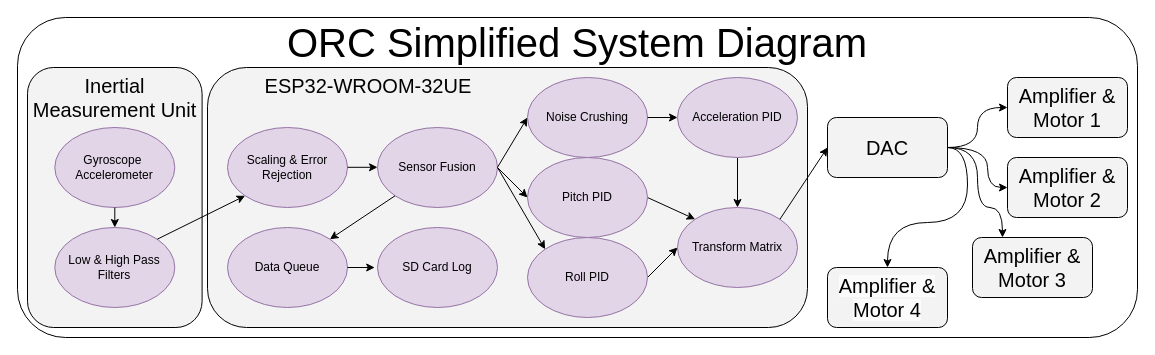
This is ORC Diagram.drawio from CJJeepster/ORC, a draw.io file, before an edit. Source tidied: cells renumbered, new cells numbered last; positions are measured from the earlier drawing's top-left corner, leaving out a move shared by most shapes. Both pictures are drawn from the tidied source at 100%, with x=0, y=0 at pixel (17, 17).
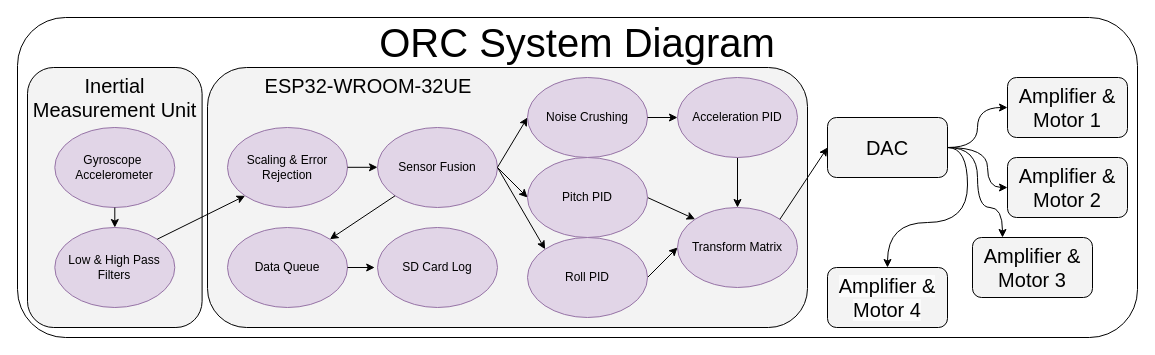
After the change.

Change to the diagram source:
```diff
@@
-    <mxCell id="34" value="&lt;font style=&quot;font-size: 40px;&quot;&gt;ORC Simplified System Diagram&lt;/font&gt;" style="text;html=1;align=center;verticalAlign=middle;whiteSpace=wrap;rounded=0;" parent="1" vertex="1">
+    <mxCell id="34" value="&lt;font style=&quot;font-size: 40px;&quot;&gt;ORC System Diagram&lt;/font&gt;" style="text;html=1;align=center;verticalAlign=middle;whiteSpace=wrap;rounded=0;" parent="1" vertex="1">
       <mxGeometry x="180" y="10" width="760" height="30" as="geometry" />
     </mxCell>
```
